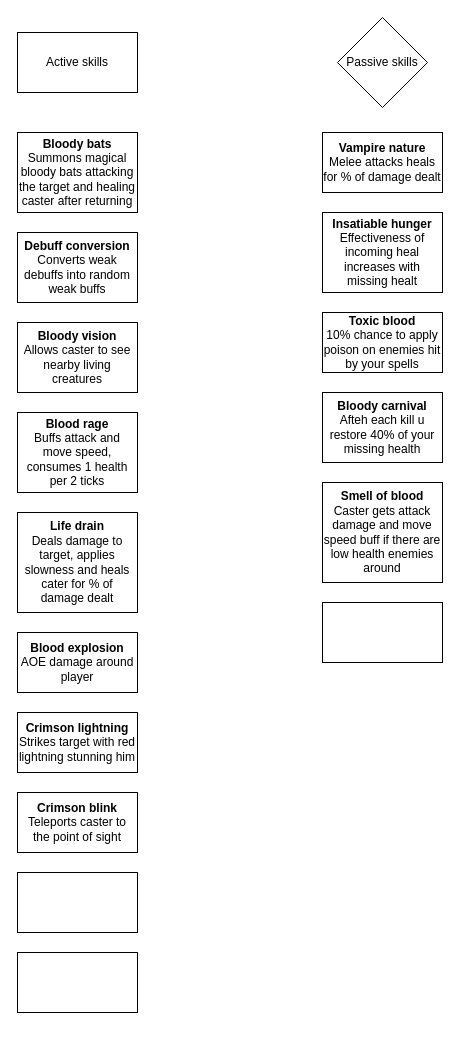
The draw.io diagram page "Vampire skills" (7 of 9) of Solaris.drawio in x3rdev/solaris, before the edit. Source tidied: cells renumbered, new cells numbered last; positions are measured from the earlier drawing's top-left corner, leaving out a move shared by most shapes. Both pictures are drawn from the tidied source at 100%, with x=0, y=0 at pixel (17, 17).
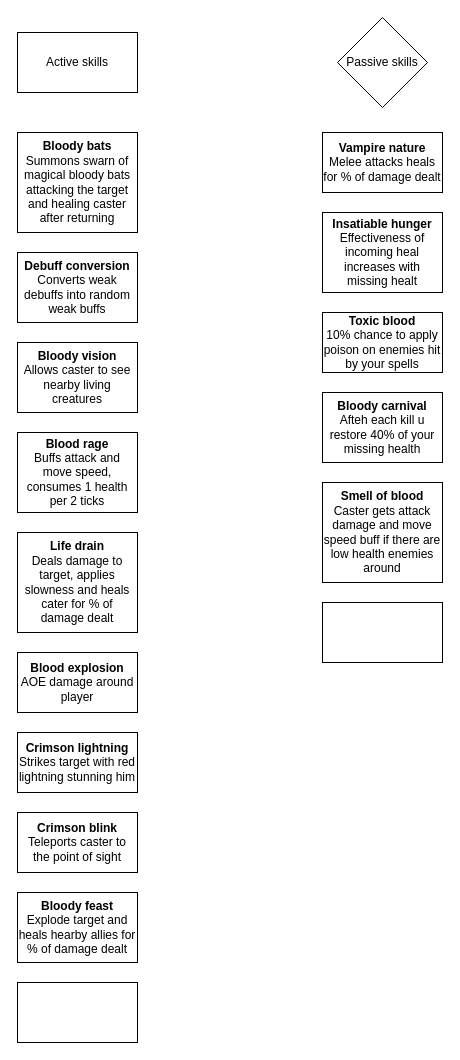
Above is the later version.

The edit, as a diff of the source:
```diff
@@
 <mxGraphModel>
   <root>
     <mxCell id="0" />
     <mxCell id="1" parent="0" />
     <mxCell id="2" value="Active skills" style="rounded=0;whiteSpace=wrap;html=1;" parent="1" vertex="1">
       <mxGeometry y="15" width="120" height="60" as="geometry" />
     </mxCell>
     <mxCell id="3" value="Passive skills" style="rhombus;whiteSpace=wrap;html=1;" parent="1" vertex="1">
       <mxGeometry x="320" width="90" height="90" as="geometry" />
     </mxCell>
     <mxCell id="4" value="&lt;b&gt;Vampire nature&lt;/b&gt;&lt;br&gt;Melee attacks heals for % of damage dealt" style="rounded=0;whiteSpace=wrap;html=1;" parent="1" vertex="1">
       <mxGeometry x="305" y="115" width="120" height="60" as="geometry" />
     </mxCell>
-    <mxCell id="5" value="&lt;b&gt;Bloody bats&lt;/b&gt;&lt;br&gt;Summons magical bloody bats attacking the target and healing caster after returning" style="rounded=0;whiteSpace=wrap;html=1;" parent="1" vertex="1">
-      <mxGeometry y="115" width="120" height="80" as="geometry" />
+    <mxCell id="5" value="&lt;b&gt;Bloody bats&lt;/b&gt;&lt;br&gt;Summons swarn of magical bloody bats attacking the target and healing caster after returning" style="rounded=0;whiteSpace=wrap;html=1;" parent="1" vertex="1">
+      <mxGeometry y="115" width="120" height="100" as="geometry" />
     </mxCell>
     <mxCell id="6" value="&lt;b&gt;Debuff conversion&lt;/b&gt;&lt;br&gt;Converts weak debuffs into random weak buffs" style="rounded=0;whiteSpace=wrap;html=1;" parent="1" vertex="1">
-      <mxGeometry y="215" width="120" height="70" as="geometry" />
+      <mxGeometry y="235" width="120" height="70" as="geometry" />
     </mxCell>
     <mxCell id="7" value="Bloody vision&lt;br&gt;&lt;span style=&quot;font-weight: normal;&quot;&gt;Allows caster to see nearby living creatures&lt;/span&gt;" style="rounded=0;whiteSpace=wrap;html=1;fontStyle=1;" parent="1" vertex="1">
-      <mxGeometry y="305" width="120" height="70" as="geometry" />
+      <mxGeometry y="325" width="120" height="70" as="geometry" />
     </mxCell>
     <mxCell id="8" value="Blood rage&lt;br&gt;&lt;span style=&quot;font-weight: normal;&quot;&gt;Buffs attack and move speed, consumes 1 health per 2 ticks&lt;/span&gt;" style="rounded=0;whiteSpace=wrap;html=1;fontStyle=1;" parent="1" vertex="1">
-      <mxGeometry y="395" width="120" height="80" as="geometry" />
+      <mxGeometry y="415" width="120" height="80" as="geometry" />
     </mxCell>
     <mxCell id="9" value="&lt;b&gt;Life drain&lt;/b&gt;&lt;br&gt;Deals damage to target, applies slowness and heals cater for % of damage dealt" style="rounded=0;whiteSpace=wrap;html=1;" parent="1" vertex="1">
-      <mxGeometry y="495" width="120" height="100" as="geometry" />
+      <mxGeometry y="515" width="120" height="100" as="geometry" />
     </mxCell>
     <mxCell id="10" value="&lt;b&gt;Blood explosion&lt;/b&gt;&lt;br&gt;AOE damage around player" style="rounded=0;whiteSpace=wrap;html=1;" parent="1" vertex="1">
-      <mxGeometry y="615" width="120" height="60" as="geometry" />
+      <mxGeometry y="635" width="120" height="60" as="geometry" />
     </mxCell>
     <mxCell id="11" value="&lt;b&gt;Crimson lightning&lt;/b&gt;&lt;br&gt;Strikes target with red lightning stunning him" style="rounded=0;whiteSpace=wrap;html=1;" parent="1" vertex="1">
-      <mxGeometry y="695" width="120" height="60" as="geometry" />
+      <mxGeometry y="715" width="120" height="60" as="geometry" />
     </mxCell>
     <mxCell id="12" value="&lt;b&gt;Crimson blink&lt;/b&gt;&lt;br&gt;Teleports caster to the point of sight" style="rounded=0;whiteSpace=wrap;html=1;" parent="1" vertex="1">
-      <mxGeometry y="775" width="120" height="60" as="geometry" />
+      <mxGeometry y="795" width="120" height="60" as="geometry" />
     </mxCell>
     <mxCell id="13" value="Insatiable hunger&lt;br&gt;&lt;span style=&quot;font-weight: normal;&quot;&gt;Effectiveness of incoming heal increases with missing healt&lt;/span&gt;" style="rounded=0;whiteSpace=wrap;html=1;fontStyle=1;" parent="1" vertex="1">
       <mxGeometry x="305" y="195" width="120" height="80" as="geometry" />
     </mxCell>
     <mxCell id="14" value="Toxic blood&lt;br&gt;&lt;span style=&quot;font-weight: normal;&quot;&gt;10% chance to apply poison on enemies hit by your spells&lt;/span&gt;" style="rounded=0;whiteSpace=wrap;html=1;fontStyle=1;" parent="1" vertex="1">
       <mxGeometry x="305" y="295" width="120" height="60" as="geometry" />
     </mxCell>
     <mxCell id="15" value="&lt;b&gt;Bloody carnival&lt;/b&gt;&lt;br&gt;Afteh each kill u restore 40% of your missing health" style="rounded=0;whiteSpace=wrap;html=1;" parent="1" vertex="1">
       <mxGeometry x="305" y="375" width="120" height="70" as="geometry" />
     </mxCell>
     <mxCell id="16" value="Smell of blood&lt;br&gt;&lt;span style=&quot;font-weight: 400;&quot;&gt;Caster gets attack damage and move speed buff if there are low health enemies around&lt;/span&gt;" style="rounded=0;whiteSpace=wrap;html=1;fontStyle=1;" parent="1" vertex="1">
       <mxGeometry x="305" y="465" width="120" height="100" as="geometry" />
     </mxCell>
     <mxCell id="17" style="rounded=0;whiteSpace=wrap;html=1;" parent="1" vertex="1">
       <mxGeometry x="305" y="585" width="120" height="60" as="geometry" />
     </mxCell>
-    <mxCell id="18" style="rounded=0;whiteSpace=wrap;html=1;" parent="1" vertex="1">
-      <mxGeometry y="855" width="120" height="60" as="geometry" />
+    <mxCell id="18" value="Bloody feast&lt;br&gt;&lt;span style=&quot;font-weight: normal;&quot;&gt;Explode target and heals hearby allies for % of damage dealt&lt;/span&gt;" style="rounded=0;whiteSpace=wrap;html=1;fontStyle=1;" parent="1" vertex="1">
+      <mxGeometry y="875" width="120" height="70" as="geometry" />
     </mxCell>
     <mxCell id="19" style="rounded=0;whiteSpace=wrap;html=1;" parent="1" vertex="1">
-      <mxGeometry y="935" width="120" height="60" as="geometry" />
+      <mxGeometry y="965" width="120" height="60" as="geometry" />
     </mxCell>
   </root>
 </mxGraphModel>
```
